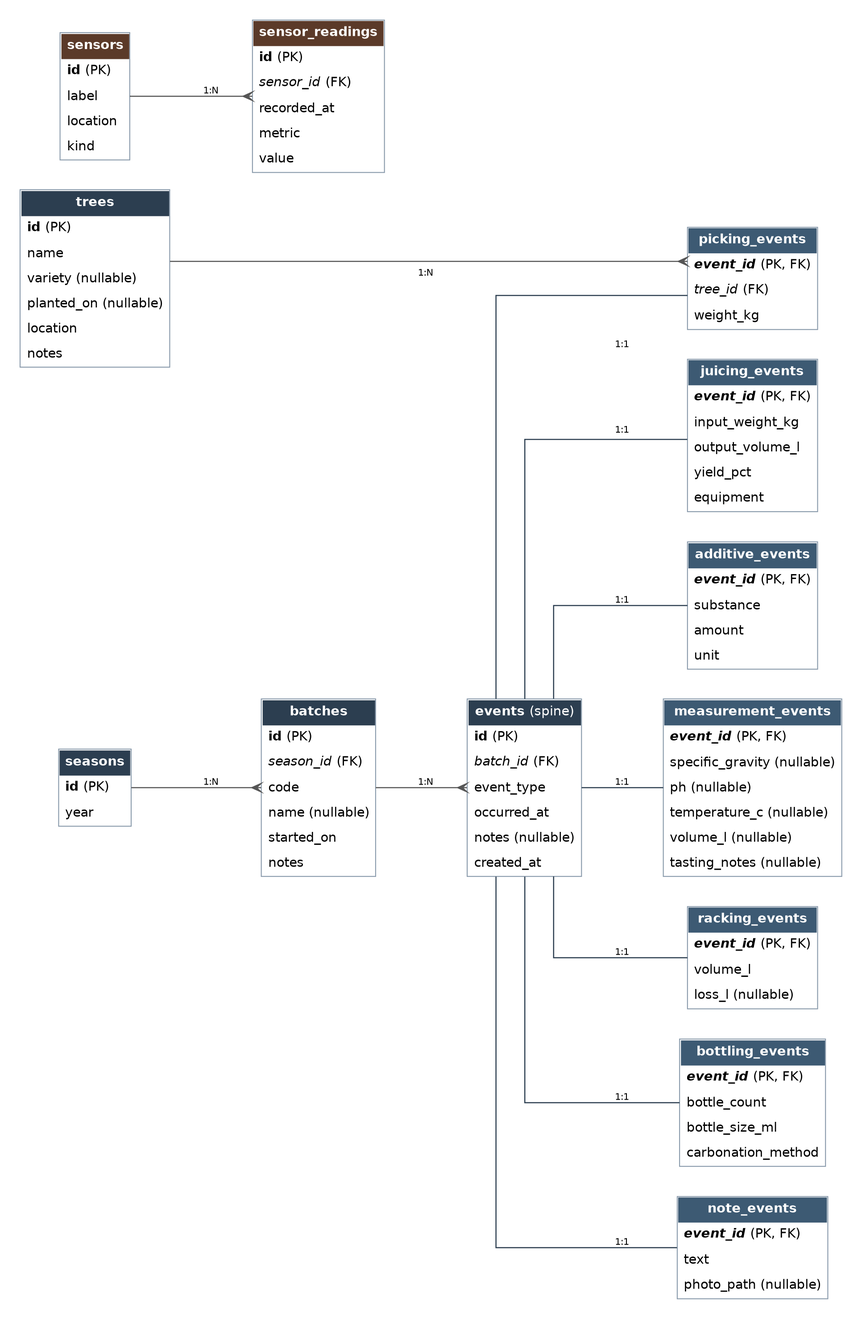
This is schema.png from simpan22/ciderhub, a Graphviz export, as it was before one commit. Its source is kept beside it as schema.dot.
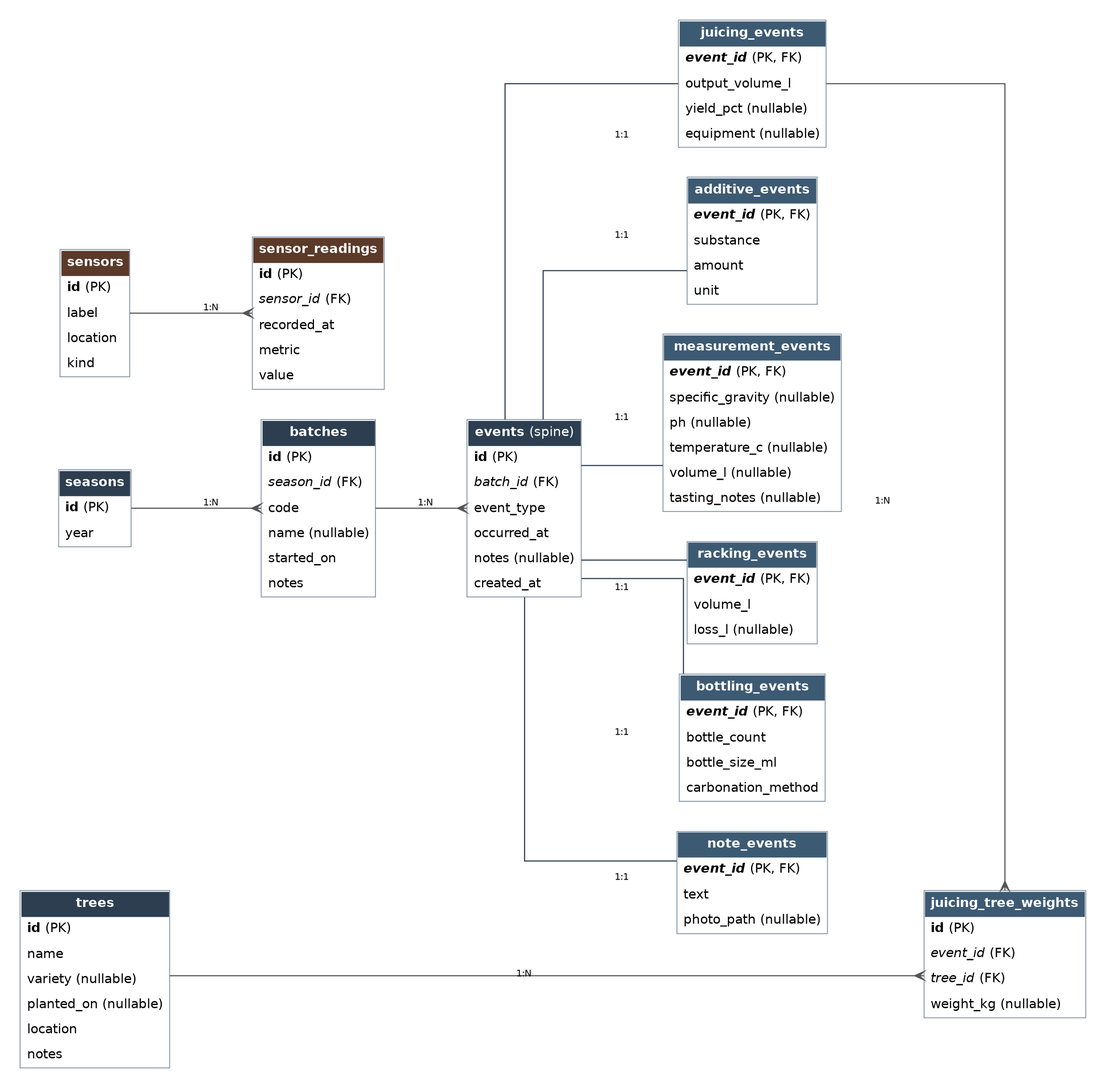
Later version of the same file.

Diff of the diagram source:
```diff
@@ -47,23 +47,23 @@
     </TABLE>
   >];
 
-  picking_events [label=<
-    <TABLE BORDER="1" CELLBORDER="0" CELLSPACING="0" CELLPADDING="6" COLOR="#8899aa">
-      <TR><TD BGCOLOR="#3d5a73" ALIGN="CENTER"><FONT COLOR="white"><B>picking_events</B></FONT></TD></TR>
-      <TR><TD ALIGN="LEFT"><B><I>event_id</I></B> (PK, FK)</TD></TR>
-      <TR><TD ALIGN="LEFT"><I>tree_id</I> (FK)</TD></TR>
-      <TR><TD ALIGN="LEFT">weight_kg</TD></TR>
-    </TABLE>
-  >];
-
   juicing_events [label=<
     <TABLE BORDER="1" CELLBORDER="0" CELLSPACING="0" CELLPADDING="6" COLOR="#8899aa">
       <TR><TD BGCOLOR="#3d5a73" ALIGN="CENTER"><FONT COLOR="white"><B>juicing_events</B></FONT></TD></TR>
       <TR><TD ALIGN="LEFT"><B><I>event_id</I></B> (PK, FK)</TD></TR>
-      <TR><TD ALIGN="LEFT">input_weight_kg</TD></TR>
       <TR><TD ALIGN="LEFT">output_volume_l</TD></TR>
-      <TR><TD ALIGN="LEFT">yield_pct</TD></TR>
-      <TR><TD ALIGN="LEFT">equipment</TD></TR>
+      <TR><TD ALIGN="LEFT">yield_pct (nullable)</TD></TR>
+      <TR><TD ALIGN="LEFT">equipment (nullable)</TD></TR>
+    </TABLE>
+  >];
+
+  juicing_tree_weights [label=<
+    <TABLE BORDER="1" CELLBORDER="0" CELLSPACING="0" CELLPADDING="6" COLOR="#8899aa">
+      <TR><TD BGCOLOR="#3d5a73" ALIGN="CENTER"><FONT COLOR="white"><B>juicing_tree_weights</B></FONT></TD></TR>
+      <TR><TD ALIGN="LEFT"><B>id</B> (PK)</TD></TR>
+      <TR><TD ALIGN="LEFT"><I>event_id</I> (FK)</TD></TR>
+      <TR><TD ALIGN="LEFT"><I>tree_id</I> (FK)</TD></TR>
+      <TR><TD ALIGN="LEFT">weight_kg (nullable)</TD></TR>
     </TABLE>
   >];
 
@@ -140,10 +140,10 @@
 
   seasons -> batches [label="1:N", arrowhead=crow, dir=both, arrowtail=none];
   batches -> events [label="1:N", arrowhead=crow, dir=both, arrowtail=none];
-  trees -> picking_events [label="1:N", arrowhead=crow, dir=both, arrowtail=none];
+  trees -> juicing_tree_weights [label="1:N", arrowhead=crow, dir=both, arrowtail=none];
+  juicing_events -> juicing_tree_weights [label="1:N", arrowhead=crow, dir=both, arrowtail=none];
   sensors -> sensor_readings [label="1:N", arrowhead=crow, dir=both, arrowtail=none];
 
-  events -> picking_events [label="1:1", arrowhead=none, arrowtail=none, style=bold, color="#2c3e50"];
   events -> juicing_events [label="1:1", arrowhead=none, arrowtail=none, style=bold, color="#2c3e50"];
   events -> additive_events [label="1:1", arrowhead=none, arrowtail=none, style=bold, color="#2c3e50"];
   events -> measurement_events [label="1:1", arrowhead=none, arrowtail=none, style=bold, color="#2c3e50"];
@@ -152,5 +152,5 @@
   events -> note_events [label="1:1", arrowhead=none, arrowtail=none, style=bold, color="#2c3e50"];
 
   { rank=same; seasons; trees; }
-  { rank=same; picking_events; juicing_events; additive_events; measurement_events; racking_events; bottling_events; note_events; }
+  { rank=same; juicing_events; additive_events; measurement_events; racking_events; bottling_events; note_events; }
 }
```
